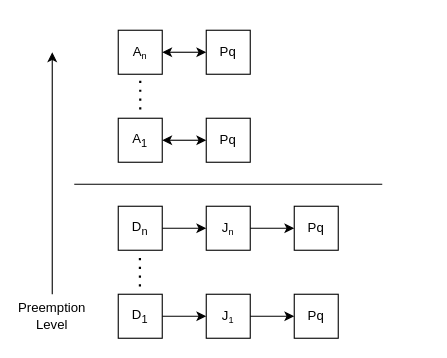
Above: figs/interrupt.drawio in perlindgren/inplace-sort (draw.io), before the change. Source tidied: cells renumbered, new cells numbered last; positions are measured from the earlier drawing's top-left corner, leaving out a move shared by most shapes. Both pictures are drawn from the tidied source at 110%, with x=0, y=0 at pixel (19, 30).
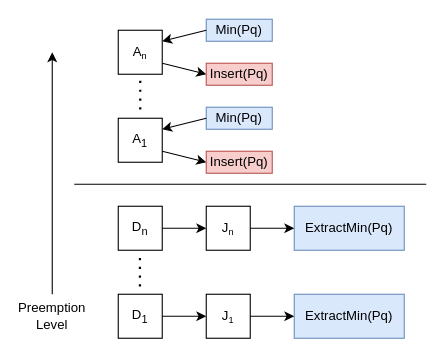
The same page after the edit.

The change refers to these unchanged cells:
```xml
<mxCell id="8" value="A&lt;sub&gt;1&lt;/sub&gt;" style="rounded=0;whiteSpace=wrap;html=1;" parent="1" vertex="1">
  <mxGeometry x="90" y="80" width="40" height="40" as="geometry" />
</mxCell>
<mxCell id="9" value="A&lt;span style=&quot;font-size: 10px;&quot;&gt;&lt;sub&gt;n&lt;/sub&gt;&lt;/span&gt;" style="rounded=0;whiteSpace=wrap;html=1;" parent="1" vertex="1">
  <mxGeometry x="90" width="40" height="40" as="geometry" />
</mxCell>
```

Change to the diagram source:
```diff
@@
-    <mxCell id="5" value="Pq" style="rounded=0;whiteSpace=wrap;html=1;" parent="1" vertex="1">
-      <mxGeometry x="250" y="160" width="40" height="40" as="geometry" />
+    <mxCell id="5" value="ExtractMin(Pq)" style="rounded=0;whiteSpace=wrap;html=1;fillColor=#dae8fc;strokeColor=#6c8ebf;" parent="1" vertex="1">
+      <mxGeometry x="250" y="160" width="100" height="40" as="geometry" />
     </mxCell>
@@
     <mxCell id="7" style="endArrow=none;html=1;rounded=0;" parent="1" edge="1">
       <mxGeometry relative="1" as="geometry">
         <mxPoint x="50" y="140" as="sourcePoint" />
-        <mxPoint x="330" y="140" as="targetPoint" />
+        <mxPoint x="370" y="140" as="targetPoint" />
       </mxGeometry>
     </mxCell>
@@
-    <mxCell id="11" value="Pq" style="rounded=0;whiteSpace=wrap;html=1;" parent="1" vertex="1">
-      <mxGeometry x="170" width="40" height="40" as="geometry" />
+    <mxCell id="11" value="Min(Pq)" style="rounded=0;whiteSpace=wrap;html=1;fillColor=#dae8fc;strokeColor=#6c8ebf;" parent="1" vertex="1">
+      <mxGeometry x="170" y="-10" width="60" height="20" as="geometry" />
     </mxCell>
-    <mxCell id="12" value="Pq" style="rounded=0;whiteSpace=wrap;html=1;" parent="1" vertex="1">
-      <mxGeometry x="170" y="80" width="40" height="40" as="geometry" />
-    </mxCell>
-    <mxCell id="13" style="endArrow=classic;startArrow=classic;html=1;rounded=0;exitX=1;exitY=0.5;exitDx=0;exitDy=0;" parent="1" edge="1" source="9" target="11">
-      <mxGeometry relative="1" as="geometry" />
-    </mxCell>
-    <mxCell id="14" style="endArrow=classic;startArrow=classic;html=1;rounded=0;exitX=1;exitY=0.5;exitDx=0;exitDy=0;entryX=0;entryY=0.5;entryDx=0;entryDy=0;" parent="1" edge="1" source="8" target="12">
-      <mxGeometry relative="1" as="geometry" />
-    </mxCell>
@@
-    <mxCell id="19" value="Pq" style="rounded=0;whiteSpace=wrap;html=1;" parent="1" vertex="1">
-      <mxGeometry x="250" y="240" width="40" height="40" as="geometry" />
+    <mxCell id="19" value="ExtractMin(Pq)" style="rounded=0;whiteSpace=wrap;html=1;fillColor=#dae8fc;strokeColor=#6c8ebf;" parent="1" vertex="1">
+      <mxGeometry x="250" y="240" width="100" height="40" as="geometry" />
     </mxCell>
@@
+    <mxCell id="23" style="endArrow=classic;html=1;rounded=0;entryX=1;entryY=0.25;entryDx=0;entryDy=0;exitX=0;exitY=0.5;exitDx=0;exitDy=0;" parent="1" edge="1" source="11" target="9">
+      <mxGeometry relative="1" as="geometry" />
+    </mxCell>
+    <mxCell id="24" value="Insert(Pq)" style="rounded=0;whiteSpace=wrap;html=1;fillColor=#f8cecc;strokeColor=#b85450;" parent="1" vertex="1">
+      <mxGeometry x="170" y="30" width="60" height="20" as="geometry" />
+    </mxCell>
+    <mxCell id="25" style="endArrow=classic;html=1;rounded=0;exitX=1;exitY=0.75;exitDx=0;exitDy=0;entryX=0;entryY=0.5;entryDx=0;entryDy=0;" parent="1" edge="1" source="9" target="24">
+      <mxGeometry relative="1" as="geometry" />
+    </mxCell>
+    <mxCell id="26" value="Min(Pq)" style="rounded=0;whiteSpace=wrap;html=1;fillColor=#dae8fc;strokeColor=#6c8ebf;" parent="1" vertex="1">
+      <mxGeometry x="170" y="70" width="60" height="20" as="geometry" />
+    </mxCell>
+    <mxCell id="27" style="endArrow=classic;html=1;rounded=0;entryX=1;entryY=0.25;entryDx=0;entryDy=0;exitX=0;exitY=0.5;exitDx=0;exitDy=0;" parent="1" edge="1" source="26">
+      <mxGeometry relative="1" as="geometry">
+        <mxPoint x="130" y="90" as="targetPoint" />
+      </mxGeometry>
+    </mxCell>
+    <mxCell id="28" value="Insert(Pq)" style="rounded=0;whiteSpace=wrap;html=1;fillColor=#f8cecc;strokeColor=#b85450;" parent="1" vertex="1">
+      <mxGeometry x="170" y="110" width="60" height="20" as="geometry" />
+    </mxCell>
+    <mxCell id="29" style="endArrow=classic;html=1;rounded=0;exitX=1;exitY=0.75;exitDx=0;exitDy=0;entryX=0;entryY=0.5;entryDx=0;entryDy=0;" parent="1" edge="1" target="28">
+      <mxGeometry relative="1" as="geometry">
+        <mxPoint x="130" y="110" as="sourcePoint" />
+      </mxGeometry>
+    </mxCell>
```
